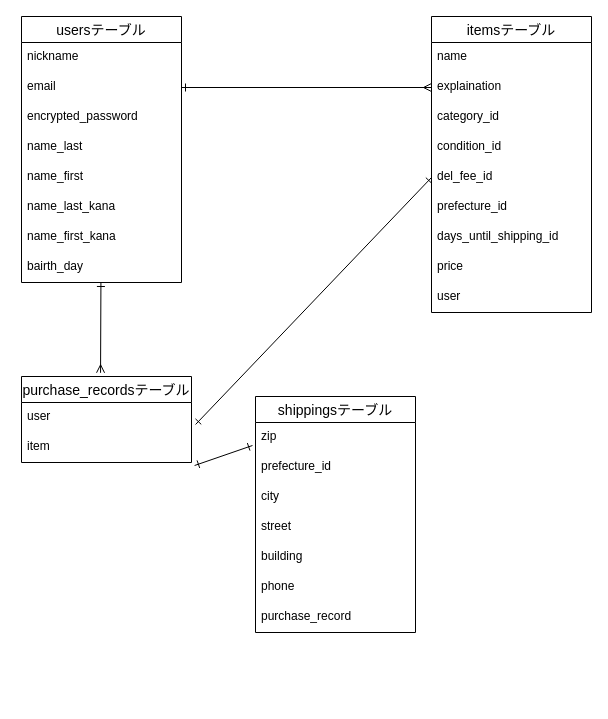
Above: test.dio in sakuuuuuuuu/orijinal-app (draw.io), before the change. Source tidied: cells renumbered, new cells numbered last; positions are measured from the earlier drawing's top-left corner, leaving out a move shared by most shapes. Both pictures are drawn from the tidied source at 100%, with x=0, y=0 at pixel (21, 16).
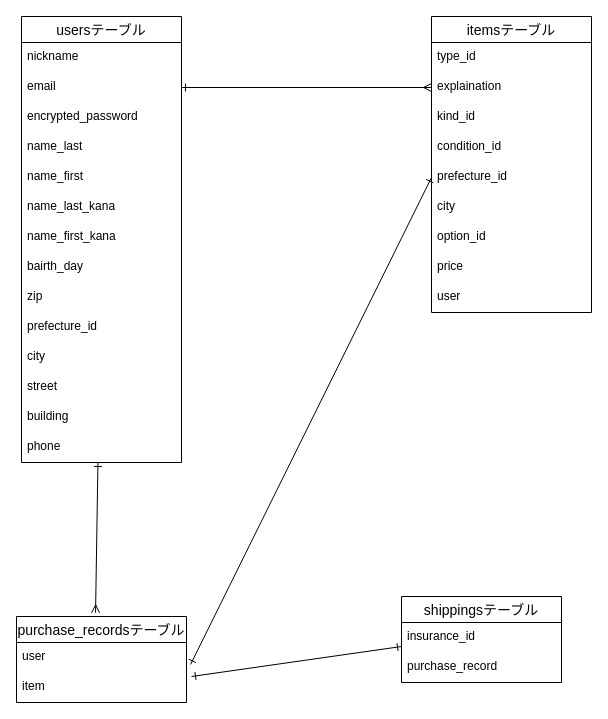
Above is the later version.

The change refers to these unchanged cells:
```xml
<mxCell id="12" value="itemsテーブル" style="swimlane;fontStyle=0;horizontal=1;startSize=26;align=center;fontSize=14;" parent="1" vertex="1">
  <mxGeometry x="410" width="160" height="296" as="geometry" />
</mxCell>
```

Diff of the diagram source:
```diff
@@
     <mxCell id="3" value="usersテーブル" style="swimlane;fontStyle=0;horizontal=1;startSize=26;align=center;fontSize=14;" parent="1" vertex="1">
-      <mxGeometry width="160" height="266" as="geometry" />
+      <mxGeometry width="160" height="446" as="geometry" />
     </mxCell>
@@
+    <mxCell id="23" value="zip" style="text;strokeColor=none;fillColor=none;spacingLeft=4;spacingRight=4;overflow=hidden;points=[[0,0.5],[1,0.5]];portConstraint=eastwest;fontSize=12;" parent="3" vertex="1">
+      <mxGeometry y="266" width="160" height="30" as="geometry" />
+    </mxCell>
+    <mxCell id="36" value="prefecture_id" style="text;strokeColor=none;fillColor=none;spacingLeft=4;spacingRight=4;overflow=hidden;fontSize=12;" parent="3" vertex="1">
+      <mxGeometry y="296" width="160" height="30" as="geometry" />
+    </mxCell>
+    <mxCell id="25" value="city" style="text;strokeColor=none;fillColor=none;spacingLeft=4;spacingRight=4;overflow=hidden;fontSize=12;" parent="3" vertex="1">
+      <mxGeometry y="326" width="160" height="30" as="geometry" />
+    </mxCell>
+    <mxCell id="26" value="street" style="text;strokeColor=none;fillColor=none;spacingLeft=4;spacingRight=4;overflow=hidden;fontSize=12;" parent="3" vertex="1">
+      <mxGeometry y="356" width="160" height="30" as="geometry" />
+    </mxCell>
+    <mxCell id="27" value="building" style="text;strokeColor=none;fillColor=none;spacingLeft=4;spacingRight=4;overflow=hidden;fontSize=12;" parent="3" vertex="1">
+      <mxGeometry y="386" width="160" height="30" as="geometry" />
+    </mxCell>
+    <mxCell id="28" value="phone" style="text;strokeColor=none;fillColor=none;spacingLeft=4;spacingRight=4;overflow=hidden;fontSize=12;" parent="3" vertex="1">
+      <mxGeometry y="416" width="160" height="30" as="geometry" />
+    </mxCell>
@@
-    <mxCell id="13" value="name" style="text;strokeColor=none;fillColor=none;spacingLeft=4;spacingRight=4;overflow=hidden;fontSize=12;" parent="12" vertex="1">
+    <mxCell id="13" value="type_id" style="text;strokeColor=none;fillColor=none;spacingLeft=4;spacingRight=4;overflow=hidden;fontSize=12;" parent="12" vertex="1">
       <mxGeometry y="26" width="160" height="30" as="geometry" />
     </mxCell>
@@
-    <mxCell id="15" value="category_id" style="text;strokeColor=none;fillColor=none;spacingLeft=4;spacingRight=4;overflow=hidden;fontSize=12;" parent="12" vertex="1">
+    <mxCell id="15" value="kind_id" style="text;strokeColor=none;fillColor=none;spacingLeft=4;spacingRight=4;overflow=hidden;fontSize=12;" parent="12" vertex="1">
       <mxGeometry y="86" width="160" height="30" as="geometry" />
     </mxCell>
@@
-    <mxCell id="17" value="del_fee_id" style="text;strokeColor=none;fillColor=none;spacingLeft=4;spacingRight=4;overflow=hidden;points=[[0,0.5],[1,0.5]];portConstraint=eastwest;fontSize=12;" parent="12" vertex="1">
+    <mxCell id="17" value="prefecture_id" style="text;strokeColor=none;fillColor=none;spacingLeft=4;spacingRight=4;overflow=hidden;points=[[0,0.5],[1,0.5]];portConstraint=eastwest;fontSize=12;" parent="12" vertex="1">
       <mxGeometry y="146" width="160" height="30" as="geometry" />
     </mxCell>
-    <mxCell id="18" value="prefecture_id" style="text;strokeColor=none;fillColor=none;spacingLeft=4;spacingRight=4;overflow=hidden;fontSize=12;" parent="12" vertex="1">
+    <mxCell id="18" value="city" style="text;strokeColor=none;fillColor=none;spacingLeft=4;spacingRight=4;overflow=hidden;fontSize=12;" parent="12" vertex="1">
       <mxGeometry y="176" width="160" height="30" as="geometry" />
     </mxCell>
-    <mxCell id="19" value="days_until_shipping_id" style="text;strokeColor=none;fillColor=none;spacingLeft=4;spacingRight=4;overflow=hidden;fontSize=12;" parent="12" vertex="1">
+    <mxCell id="19" value="option_id" style="text;strokeColor=none;fillColor=none;spacingLeft=4;spacingRight=4;overflow=hidden;fontSize=12;" parent="12" vertex="1">
       <mxGeometry y="206" width="160" height="30" as="geometry" />
     </mxCell>
@@
     <mxCell id="22" value="shippingsテーブル" style="swimlane;fontStyle=0;horizontal=1;startSize=26;align=center;fontSize=14;" parent="1" vertex="1">
-      <mxGeometry x="234" y="380" width="160" height="236" as="geometry" />
+      <mxGeometry x="380" y="580" width="160" height="86" as="geometry" />
     </mxCell>
-    <mxCell id="23" value="zip" style="text;strokeColor=none;fillColor=none;spacingLeft=4;spacingRight=4;overflow=hidden;points=[[0,0.5],[1,0.5]];portConstraint=eastwest;fontSize=12;" parent="22" vertex="1">
-      <mxGeometry y="26" width="160" height="30" as="geometry" />
-    </mxCell>
-    <mxCell id="24" value="prefecture_id" style="text;strokeColor=none;fillColor=none;spacingLeft=4;spacingRight=4;overflow=hidden;fontSize=12;" parent="22" vertex="1">
-      <mxGeometry y="56" width="160" height="30" as="geometry" />
+    <mxCell id="24" value="insurance_id" style="text;strokeColor=none;fillColor=none;spacingLeft=4;spacingRight=4;overflow=hidden;fontSize=12;" parent="22" vertex="1">
+      <mxGeometry y="26" width="160" height="30" as="geometry" />
     </mxCell>
-    <mxCell id="25" value="city" style="text;strokeColor=none;fillColor=none;spacingLeft=4;spacingRight=4;overflow=hidden;fontSize=12;" parent="22" vertex="1">
-      <mxGeometry y="86" width="160" height="30" as="geometry" />
-    </mxCell>
-    <mxCell id="26" value="street" style="text;strokeColor=none;fillColor=none;spacingLeft=4;spacingRight=4;overflow=hidden;fontSize=12;" parent="22" vertex="1">
-      <mxGeometry y="116" width="160" height="30" as="geometry" />
-    </mxCell>
-    <mxCell id="27" value="building" style="text;strokeColor=none;fillColor=none;spacingLeft=4;spacingRight=4;overflow=hidden;fontSize=12;" parent="22" vertex="1">
-      <mxGeometry y="146" width="160" height="30" as="geometry" />
-    </mxCell>
-    <mxCell id="28" value="phone" style="text;strokeColor=none;fillColor=none;spacingLeft=4;spacingRight=4;overflow=hidden;fontSize=12;" parent="22" vertex="1">
-      <mxGeometry y="176" width="160" height="30" as="geometry" />
-    </mxCell>
     <mxCell id="29" value="purchase_record" style="text;strokeColor=none;fillColor=none;spacingLeft=4;spacingRight=4;overflow=hidden;fontSize=12;" parent="22" vertex="1">
-      <mxGeometry y="206" width="160" height="30" as="geometry" />
+      <mxGeometry y="56" width="160" height="30" as="geometry" />
     </mxCell>
@@
-    <mxCell id="31" style="edgeStyle=none;html=1;entryX=-0.019;entryY=0.767;entryDx=0;entryDy=0;startArrow=ERone;startFill=0;endArrow=ERone;endFill=0;entryPerimeter=0;exitX=1.018;exitY=0.1;exitDx=0;exitDy=0;exitPerimeter=0;" parent="1" edge="1" target="23">
+    <mxCell id="31" style="edgeStyle=none;html=1;entryX=-0.019;entryY=0.767;entryDx=0;entryDy=0;startArrow=ERone;startFill=0;endArrow=ERone;endFill=0;entryPerimeter=0;" parent="1" edge="1">
       <mxGeometry relative="1" as="geometry">
-        <mxPoint x="173.1" y="449" as="sourcePoint" />
+        <mxPoint x="170" y="660" as="sourcePoint" />
+        <mxPoint x="380" y="630" as="targetPoint" />
       </mxGeometry>
     </mxCell>
     <mxCell id="32" value="purchase_recordsテーブル" style="swimlane;fontStyle=0;horizontal=1;startSize=26;align=center;fontSize=14;" parent="1" vertex="1">
-      <mxGeometry y="360" width="170" height="86" as="geometry" />
+      <mxGeometry x="-5" y="600" width="170" height="86" as="geometry" />
     </mxCell>
```
